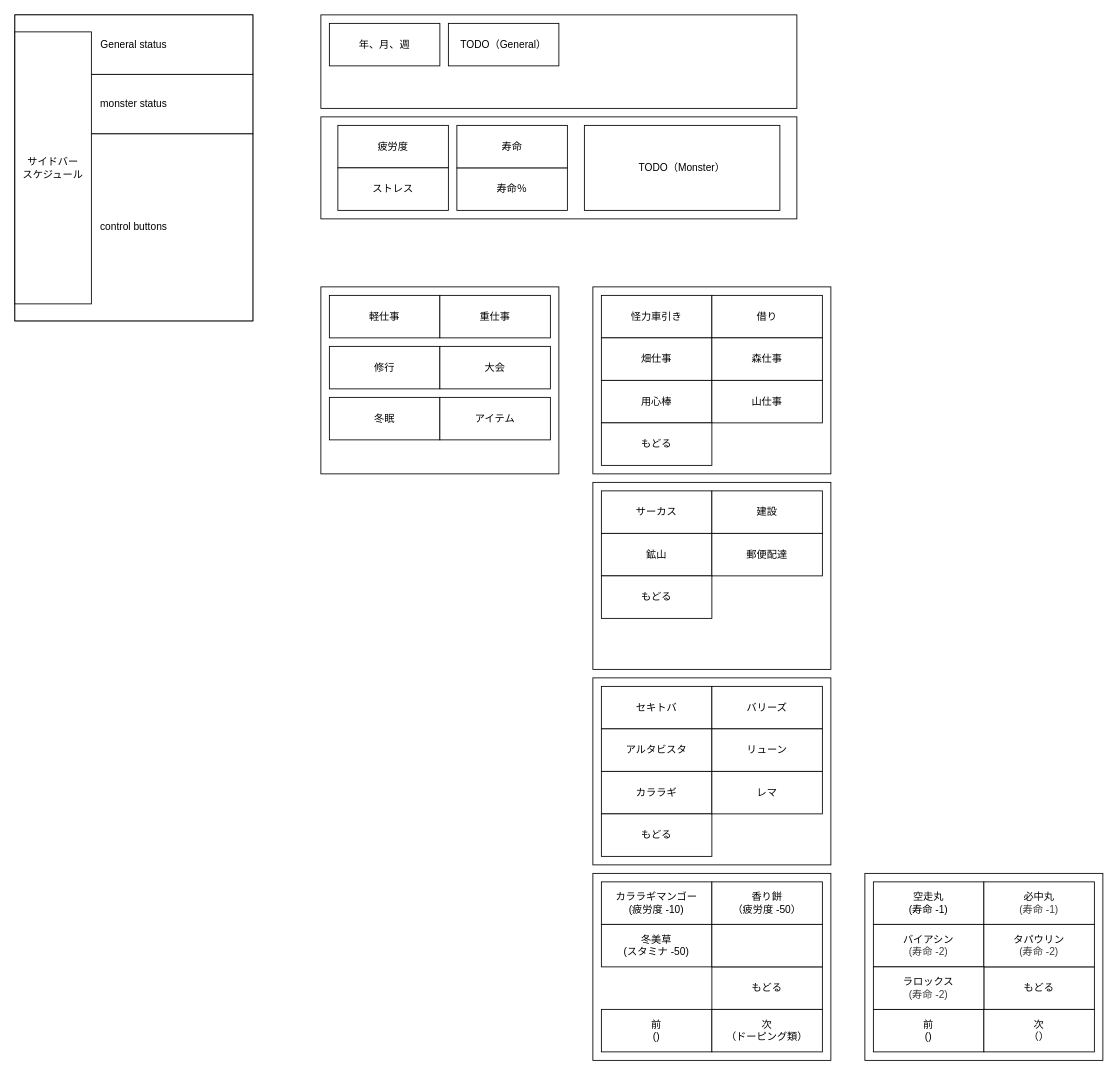
Above: page "main" (1 of 5) of docs/layout.drawio in g1ac3/monster_farm_parameter_visualizer (draw.io), before the change. Source tidied: cells renumbered, new cells numbered last; positions are measured from the earlier drawing's top-left corner, leaving out a move shared by most shapes. Both pictures are drawn from the tidied source at 85%, with x=0, y=0 at pixel (14, 14).
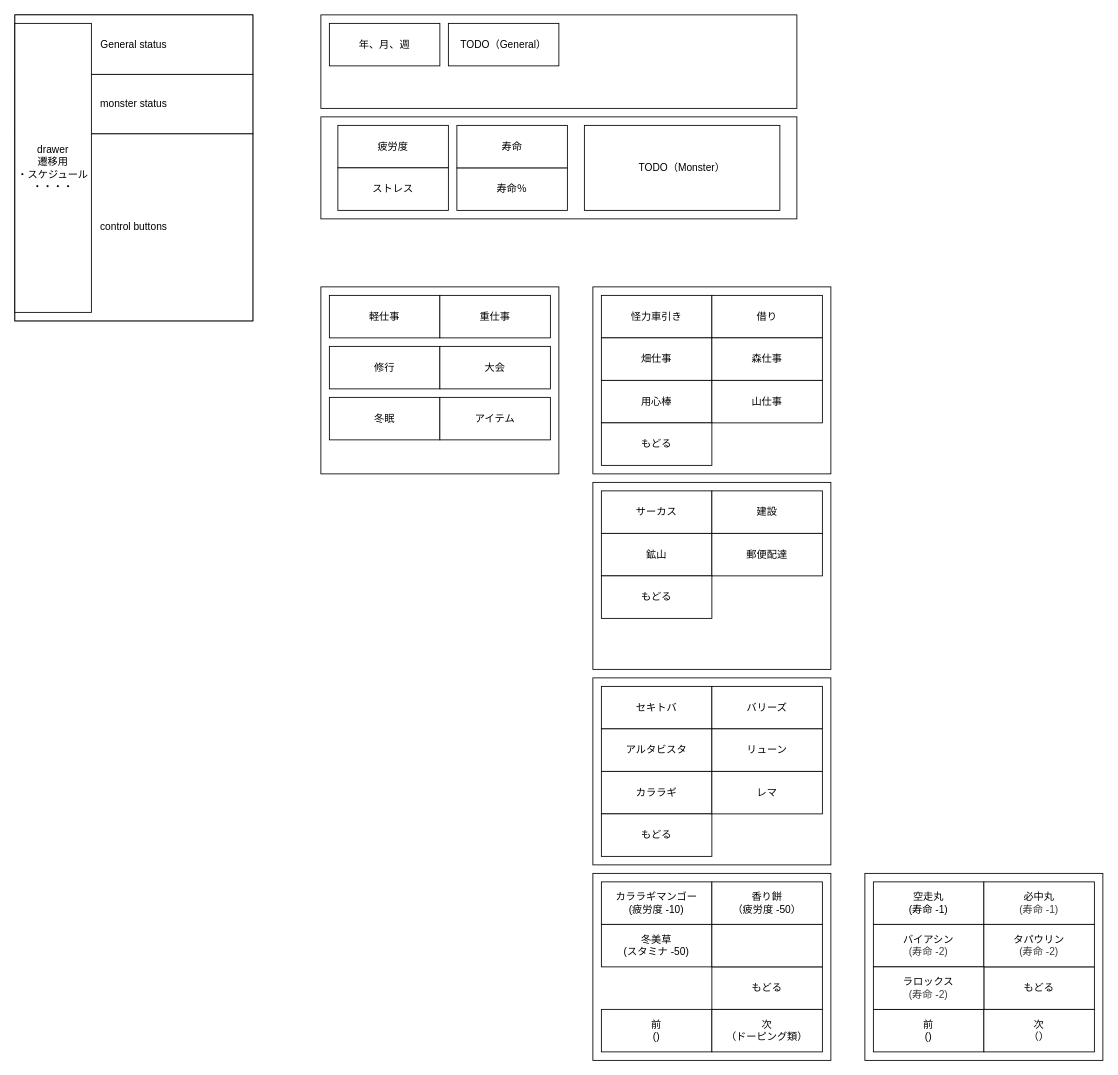
Above is the later version.

Commit message (it also covers changes not shown here):
add drawer for page translation

What changed in the source:
```diff
@@
-    <mxCell id="28" value="サイドバー&lt;div&gt;スケジュール&lt;/div&gt;" style="rounded=0;whiteSpace=wrap;html=1;" parent="1" vertex="1">
-      <mxGeometry y="20" width="90" height="320" as="geometry" />
+    <mxCell id="28" value="drawer&lt;br&gt;&lt;div&gt;遷移用&lt;/div&gt;&lt;div&gt;・スケジュール&lt;/div&gt;&lt;div&gt;・・・・&lt;/div&gt;" style="rounded=0;whiteSpace=wrap;html=1;" parent="1" vertex="1">
+      <mxGeometry y="10" width="90" height="340" as="geometry" />
     </mxCell>
```
